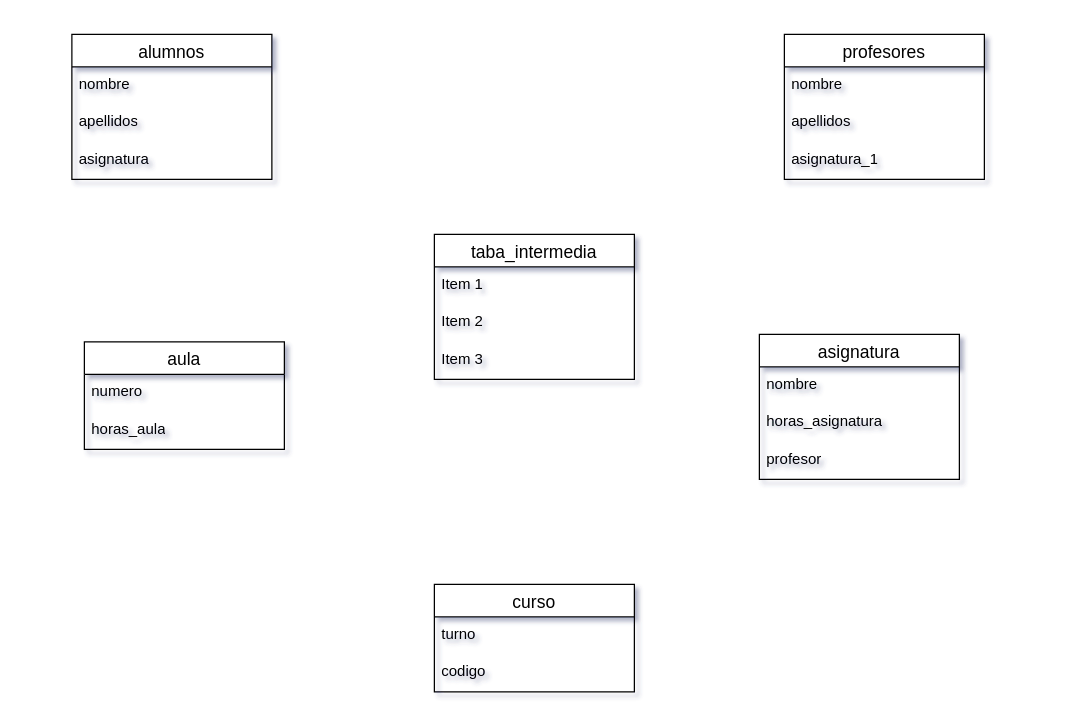
This is Diagrama sin título.drawio from RodrigoUsin/Test, a draw.io file, before an edit. Source tidied: cells renumbered, new cells numbered last; positions are measured from the earlier drawing's top-left corner, leaving out a move shared by most shapes. Both pictures are drawn from the tidied source at 125%, with x=0, y=0 at pixel (71, 34).
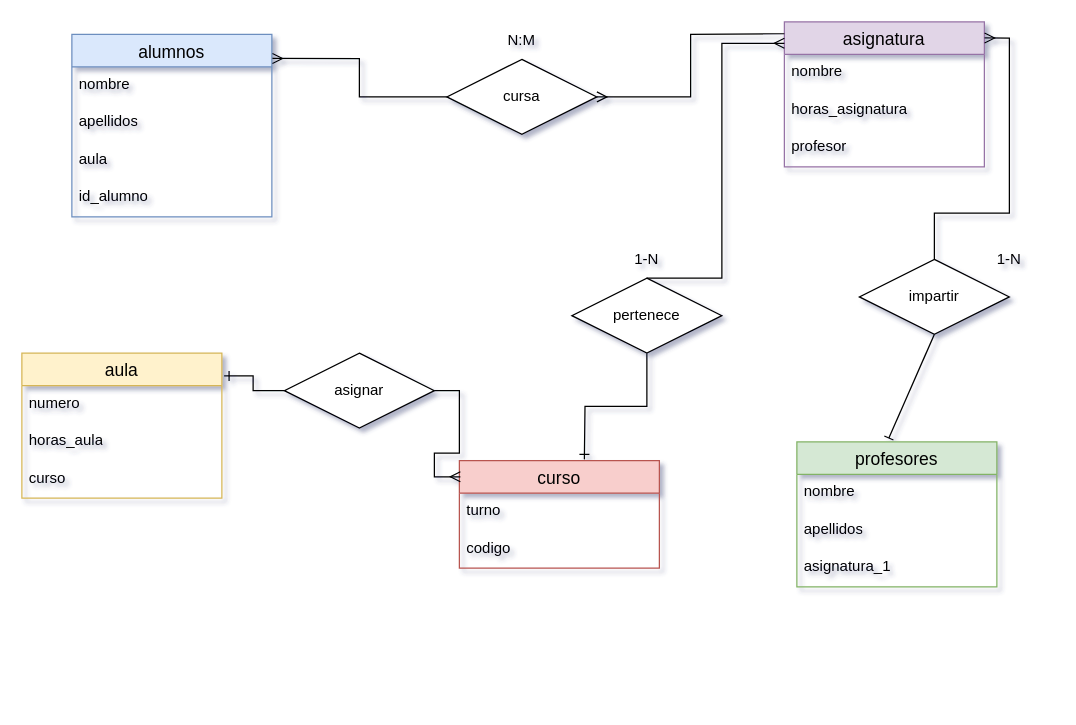
Above is the later version.

Diff of the diagram source:
```diff
@@
-    <mxCell id="2" value="alumnos" style="swimlane;fontStyle=0;horizontal=1;startSize=26;align=center;fontSize=14;" parent="1" vertex="1">
-      <mxGeometry width="160" height="116" as="geometry" />
+    <mxCell id="2" value="alumnos" style="swimlane;fontStyle=0;horizontal=1;startSize=26;align=center;fontSize=14;fillColor=#dae8fc;strokeColor=#6c8ebf;" parent="1" vertex="1">
+      <mxGeometry width="160" height="146" as="geometry" />
     </mxCell>
@@
-    <mxCell id="5" value="asignatura" style="text;strokeColor=none;fillColor=none;spacingLeft=4;spacingRight=4;overflow=hidden;fontSize=12;whiteSpace=wrap;html=1;" parent="2" vertex="1">
+    <mxCell id="5" value="aula" style="text;strokeColor=none;fillColor=none;spacingLeft=4;spacingRight=4;overflow=hidden;fontSize=12;whiteSpace=wrap;html=1;" parent="2" vertex="1">
       <mxGeometry y="86" width="160" height="30" as="geometry" />
     </mxCell>
+    <mxCell id="24" value="id_alumno" style="text;strokeColor=none;fillColor=none;spacingLeft=4;spacingRight=4;overflow=hidden;fontSize=12;whiteSpace=wrap;html=1;" parent="2" vertex="1">
+      <mxGeometry y="116" width="160" height="30" as="geometry" />
+    </mxCell>
-    <mxCell id="6" value="profesores" style="swimlane;fontStyle=0;horizontal=1;startSize=26;align=center;fontSize=14;" parent="1" vertex="1">
-      <mxGeometry x="570" width="160" height="116" as="geometry" />
+    <mxCell id="6" value="profesores" style="swimlane;fontStyle=0;horizontal=1;startSize=26;align=center;fontSize=14;fillColor=#d5e8d4;strokeColor=#82b366;" parent="1" vertex="1">
+      <mxGeometry x="580" y="326" width="160" height="116" as="geometry" />
     </mxCell>
@@
-    <mxCell id="10" value="taba_intermedia" style="swimlane;fontStyle=0;horizontal=1;startSize=26;align=center;fontSize=14;" parent="1" vertex="1">
-      <mxGeometry x="290" y="160" width="160" height="116" as="geometry" />
-    </mxCell>
-    <mxCell id="11" value="Item 1" style="text;strokeColor=none;fillColor=none;spacingLeft=4;spacingRight=4;overflow=hidden;fontSize=12;whiteSpace=wrap;html=1;" parent="10" vertex="1">
-      <mxGeometry y="26" width="160" height="30" as="geometry" />
-    </mxCell>
-    <mxCell id="12" value="Item 2" style="text;strokeColor=none;fillColor=none;spacingLeft=4;spacingRight=4;overflow=hidden;fontSize=12;whiteSpace=wrap;html=1;" parent="10" vertex="1">
-      <mxGeometry y="56" width="160" height="30" as="geometry" />
-    </mxCell>
-    <mxCell id="13" value="Item 3" style="text;strokeColor=none;fillColor=none;spacingLeft=4;spacingRight=4;overflow=hidden;fontSize=12;whiteSpace=wrap;html=1;" parent="10" vertex="1">
-      <mxGeometry y="86" width="160" height="30" as="geometry" />
-    </mxCell>
-    <mxCell id="14" value="aula" style="swimlane;fontStyle=0;horizontal=1;startSize=26;align=center;fontSize=14;" parent="1" vertex="1">
-      <mxGeometry x="10" y="246" width="160" height="86" as="geometry" />
+    <mxCell id="14" value="aula" style="swimlane;fontStyle=0;horizontal=1;startSize=26;align=center;fontSize=14;fillColor=#fff2cc;strokeColor=#d6b656;" parent="1" vertex="1">
+      <mxGeometry x="-40" y="255" width="160" height="116" as="geometry" />
     </mxCell>
@@
+    <mxCell id="25" value="curso" style="text;strokeColor=none;fillColor=none;spacingLeft=4;spacingRight=4;overflow=hidden;fontSize=12;whiteSpace=wrap;html=1;" parent="14" vertex="1">
+      <mxGeometry y="86" width="160" height="30" as="geometry" />
+    </mxCell>
-    <mxCell id="17" value="asignatura" style="swimlane;fontStyle=0;horizontal=1;startSize=26;align=center;fontSize=14;" parent="1" vertex="1">
-      <mxGeometry x="550" y="240" width="160" height="116" as="geometry" />
+    <mxCell id="17" value="asignatura" style="swimlane;fontStyle=0;horizontal=1;startSize=26;align=center;fontSize=14;fillColor=#e1d5e7;strokeColor=#9673a6;" parent="1" vertex="1">
+      <mxGeometry x="570" y="-10" width="160" height="116" as="geometry" />
     </mxCell>
@@
-    <mxCell id="21" value="curso" style="swimlane;fontStyle=0;horizontal=1;startSize=26;align=center;fontSize=14;" parent="1" vertex="1">
-      <mxGeometry x="290" y="440" width="160" height="86" as="geometry" />
+    <mxCell id="21" value="curso" style="swimlane;fontStyle=0;horizontal=1;startSize=26;align=center;fontSize=14;fillColor=#f8cecc;strokeColor=#b85450;" parent="1" vertex="1">
+      <mxGeometry x="310" y="341" width="160" height="86" as="geometry" />
     </mxCell>
@@
+    <mxCell id="26" value="cursa" style="shape=rhombus;perimeter=rhombusPerimeter;whiteSpace=wrap;html=1;align=center;" parent="1" vertex="1">
+      <mxGeometry x="300" y="20" width="120" height="60" as="geometry" />
+    </mxCell>
+    <mxCell id="27" style="edgeStyle=orthogonalEdgeStyle;rounded=0;jettySize=auto;html=1;exitX=0;exitY=0.5;exitDx=0;exitDy=0;entryX=1.003;entryY=0.132;entryDx=0;entryDy=0;entryPerimeter=0;endArrow=ERmany;endFill=0;" parent="1" edge="1" source="26" target="2">
+      <mxGeometry relative="1" as="geometry" />
+    </mxCell>
+    <mxCell id="28" style="edgeStyle=orthogonalEdgeStyle;rounded=0;jettySize=auto;html=1;exitX=0;exitY=0.5;exitDx=0;exitDy=0;entryX=1;entryY=0.5;entryDx=0;entryDy=0;endArrow=ERmany;endFill=0;" parent="1" edge="1" target="26">
+      <mxGeometry relative="1" as="geometry">
+        <mxPoint x="570" y="-0.5" as="sourcePoint" />
+      </mxGeometry>
+    </mxCell>
+    <mxCell id="29" value="N:M" style="text;html=1;align=center;verticalAlign=middle;whiteSpace=wrap;rounded=0;" parent="1" vertex="1">
+      <mxGeometry x="330" y="-10" width="60" height="30" as="geometry" />
+    </mxCell>
+    <mxCell id="30" value="&lt;div&gt;impartir&lt;/div&gt;" style="shape=rhombus;perimeter=rhombusPerimeter;whiteSpace=wrap;html=1;align=center;" parent="1" vertex="1">
+      <mxGeometry x="630" y="180" width="120" height="60" as="geometry" />
+    </mxCell>
+    <mxCell id="31" style="edgeStyle=orthogonalEdgeStyle;rounded=0;jettySize=auto;html=1;exitX=0.5;exitY=0;exitDx=0;exitDy=0;entryX=1.001;entryY=0.111;entryDx=0;entryDy=0;entryPerimeter=0;endArrow=ERmany;endFill=0;" parent="1" edge="1" source="30" target="17">
+      <mxGeometry relative="1" as="geometry" />
+    </mxCell>
+    <mxCell id="32" value="1-N" style="text;html=1;align=center;verticalAlign=middle;whiteSpace=wrap;rounded=0;" parent="1" vertex="1">
+      <mxGeometry x="720" y="165" width="60" height="30" as="geometry" />
+    </mxCell>
+    <mxCell id="33" style="endArrow=baseDash;html=1;rounded=0;entryX=0.46;entryY=-0.027;entryDx=0;entryDy=0;entryPerimeter=0;exitX=0.5;exitY=1;exitDx=0;exitDy=0;endFill=0;" parent="1" edge="1" source="30" target="6">
+      <mxGeometry relative="1" as="geometry" />
+    </mxCell>
+    <mxCell id="34" style="edgeStyle=orthogonalEdgeStyle;rounded=0;jettySize=auto;html=1;exitX=0.5;exitY=1;exitDx=0;exitDy=0;endArrow=ERone;endFill=0;" parent="1" edge="1" source="35">
+      <mxGeometry relative="1" as="geometry">
+        <mxPoint x="410" y="340" as="targetPoint" />
+      </mxGeometry>
+    </mxCell>
+    <mxCell id="35" value="pertenece" style="shape=rhombus;perimeter=rhombusPerimeter;whiteSpace=wrap;html=1;align=center;" parent="1" vertex="1">
+      <mxGeometry x="400" y="195" width="120" height="60" as="geometry" />
+    </mxCell>
+    <mxCell id="36" style="edgeStyle=orthogonalEdgeStyle;rounded=0;orthogonalLoop=1;jettySize=auto;html=1;exitX=0.5;exitY=0;exitDx=0;exitDy=0;entryX=0.001;entryY=0.147;entryDx=0;entryDy=0;entryPerimeter=0;endArrow=ERmany;endFill=0;" parent="1" edge="1">
+      <mxGeometry relative="1" as="geometry">
+        <mxPoint x="459.8" y="195" as="sourcePoint" />
+        <mxPoint x="570" y="7.1" as="targetPoint" />
+        <Array as="points">
+          <mxPoint x="520" y="195" />
+          <mxPoint x="520" y="7" />
+        </Array>
+      </mxGeometry>
+    </mxCell>
+    <mxCell id="37" value="1-N" style="text;html=1;align=center;verticalAlign=middle;whiteSpace=wrap;rounded=0;" parent="1" vertex="1">
+      <mxGeometry x="430" y="165" width="60" height="30" as="geometry" />
+    </mxCell>
+    <mxCell id="38" value="asignar" style="shape=rhombus;perimeter=rhombusPerimeter;whiteSpace=wrap;html=1;align=center;" parent="1" vertex="1">
+      <mxGeometry x="170" y="255" width="120" height="60" as="geometry" />
+    </mxCell>
+    <mxCell id="39" style="edgeStyle=orthogonalEdgeStyle;rounded=0;jettySize=auto;html=1;exitX=0;exitY=0.5;exitDx=0;exitDy=0;entryX=1.011;entryY=0.157;entryDx=0;entryDy=0;entryPerimeter=0;endArrow=ERone;endFill=0;" parent="1" edge="1" source="38" target="14">
+      <mxGeometry relative="1" as="geometry" />
+    </mxCell>
+    <mxCell id="40" style="edgeStyle=orthogonalEdgeStyle;rounded=0;jettySize=auto;html=1;exitX=1;exitY=0.5;exitDx=0;exitDy=0;entryX=0.005;entryY=0.15;entryDx=0;entryDy=0;entryPerimeter=0;endArrow=ERmany;endFill=0;" parent="1" edge="1" source="38" target="21">
+      <mxGeometry relative="1" as="geometry" />
+    </mxCell>
```
